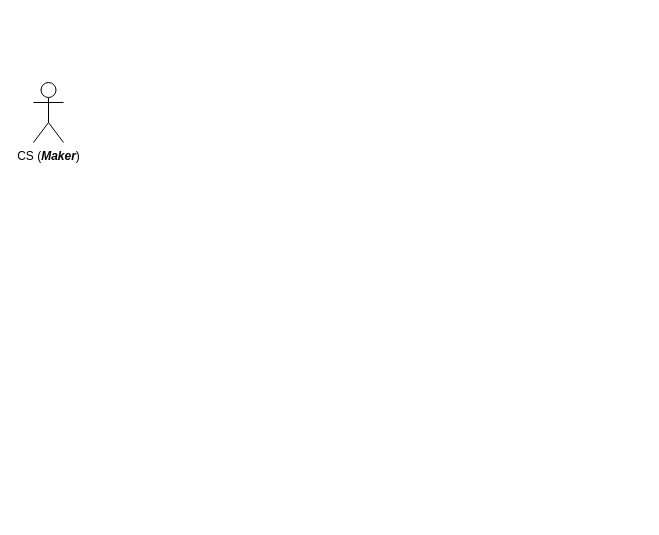
Earlier version of the draw.io diagram page "Pendaftaran Mitra" (3 of 3) of actor-or-user-role.drawio (aribrilliantsyah/fsd_va_bpd_diy). Source tidied: cells renumbered, new cells numbered last; positions are measured from the earlier drawing's top-left corner, leaving out a move shared by most shapes. Both pictures are drawn from the tidied source at 100%, with x=0, y=0 at pixel (33, 82).
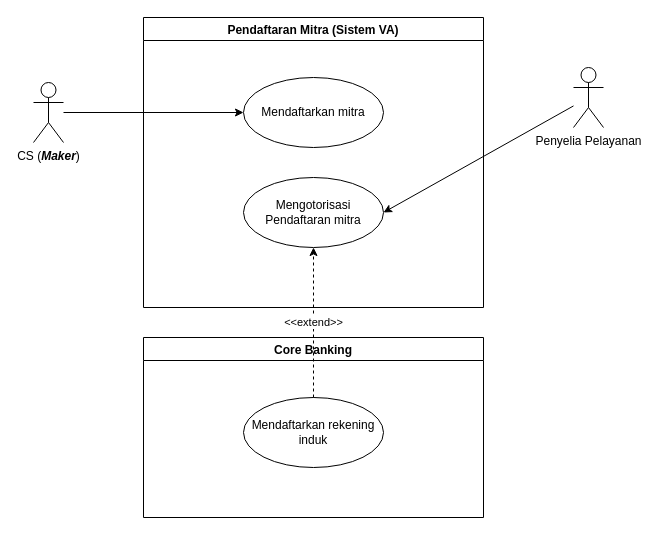
Above is the later version.

The edit, as a diff of the source:
```diff
@@
 <mxGraphModel>
   <root>
     <mxCell id="0" />
     <mxCell id="1" parent="0" />
+    <mxCell id="3" style="rounded=0;jettySize=auto;html=1;entryX=0;entryY=0.5;entryDx=0;entryDy=0;" parent="1" edge="1" source="2" target="5">
+      <mxGeometry relative="1" as="geometry" />
+    </mxCell>
     <mxCell id="2" value="CS (&lt;i&gt;&lt;b&gt;Maker&lt;/b&gt;&lt;/i&gt;)" style="shape=umlActor;verticalLabelPosition=bottom;verticalAlign=top;html=1;outlineConnect=0;" parent="1" vertex="1">
       <mxGeometry width="30" height="60" as="geometry" />
     </mxCell>
+    <mxCell id="4" value="Pendaftaran Mitra (Sistem VA)" style="swimlane;startSize=23;" parent="1" vertex="1">
+      <mxGeometry x="110" y="-65" width="340" height="290" as="geometry" />
+    </mxCell>
+    <mxCell id="5" value="Mendaftarkan mitra" style="ellipse;whiteSpace=wrap;html=1;" parent="4" vertex="1">
+      <mxGeometry x="100" y="60" width="140" height="70" as="geometry" />
+    </mxCell>
+    <mxCell id="6" value="Mengotorisasi Pendaftaran mitra" style="ellipse;whiteSpace=wrap;html=1;" parent="4" vertex="1">
+      <mxGeometry x="100" y="160" width="140" height="70" as="geometry" />
+    </mxCell>
+    <mxCell id="7" value="Core Banking" style="swimlane;startSize=23;" parent="1" vertex="1">
+      <mxGeometry x="110" y="255" width="340" height="180" as="geometry" />
+    </mxCell>
+    <mxCell id="8" value="Mendaftarkan rekening induk" style="ellipse;whiteSpace=wrap;html=1;" parent="7" vertex="1">
+      <mxGeometry x="100" y="60" width="140" height="70" as="geometry" />
+    </mxCell>
+    <mxCell id="9" value="&amp;lt;&amp;lt;extend&amp;gt;&amp;gt;" style="edgeStyle=none;rounded=0;jettySize=auto;html=1;entryX=0.5;entryY=1;entryDx=0;entryDy=0;dashed=1;" parent="1" edge="1" source="8" target="6">
+      <mxGeometry relative="1" as="geometry" />
+    </mxCell>
+    <mxCell id="10" style="edgeStyle=none;rounded=0;jettySize=auto;html=1;entryX=1;entryY=0.5;entryDx=0;entryDy=0;" parent="1" edge="1" source="11" target="6">
+      <mxGeometry relative="1" as="geometry" />
+    </mxCell>
+    <mxCell id="11" value="Penyelia Pelayanan" style="shape=umlActor;verticalLabelPosition=bottom;verticalAlign=top;html=1;outlineConnect=0;" parent="1" vertex="1">
+      <mxGeometry x="540" y="-15" width="30" height="60" as="geometry" />
+    </mxCell>
   </root>
 </mxGraphModel>
```
